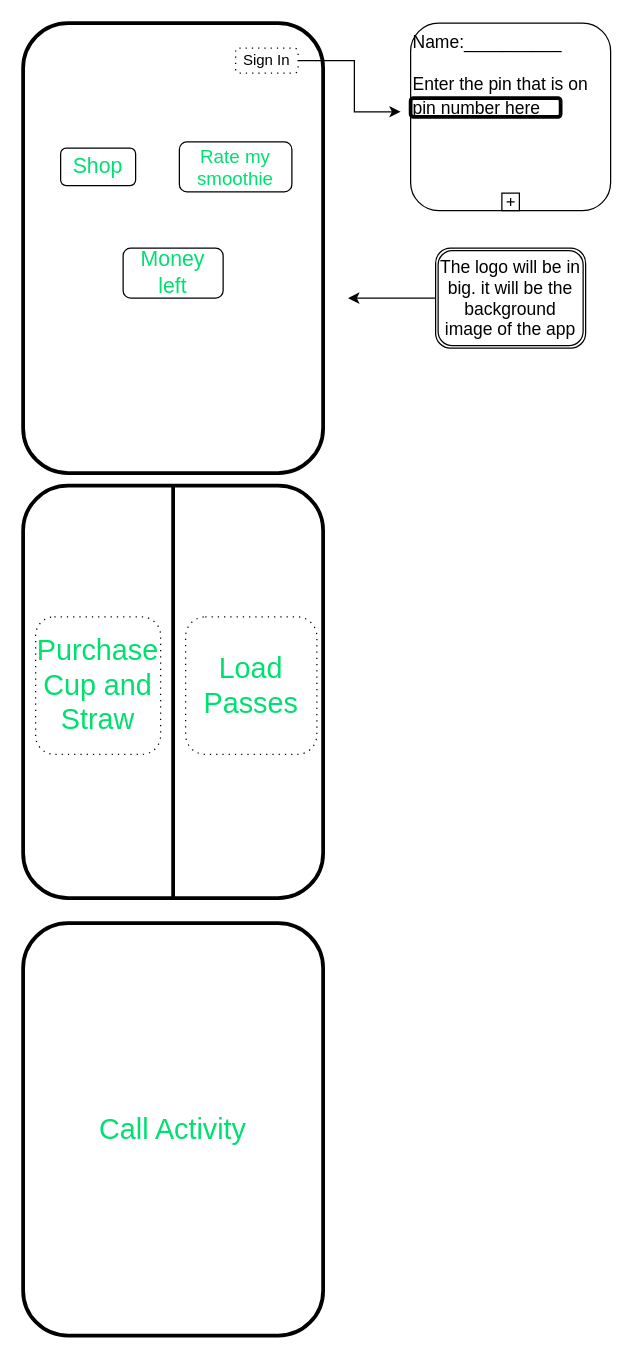
Before: page "Suggestion App Design" (2 of 3) of SimpleSips.drawio in mukmalone/SimpleSips, a draw.io diagram. Source tidied: cells renumbered, new cells numbered last; positions are measured from the earlier drawing's top-left corner, leaving out a move shared by most shapes. Both pictures are drawn from the tidied source at 125%, with x=0, y=0 at pixel (22, 22).
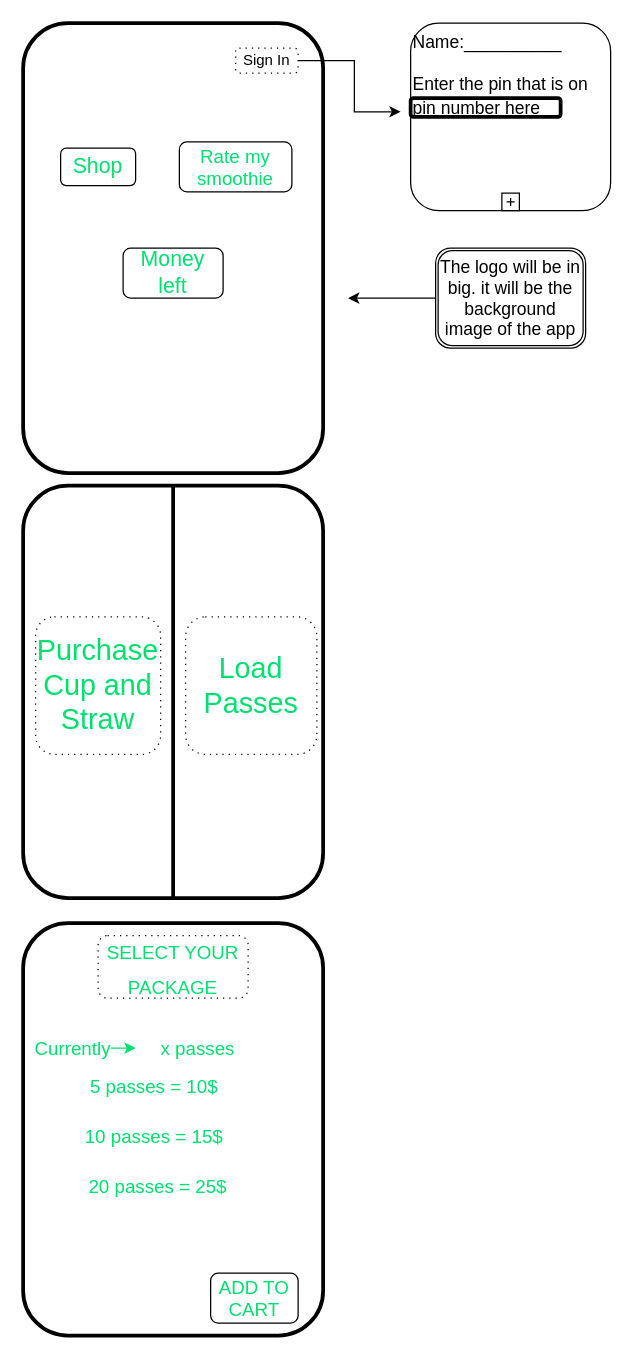
The same page after the edit.

What changed in the source:
```diff
@@
-    <mxCell id="17" value="Call Activity" style="shape=ext;rounded=1;html=1;whiteSpace=wrap;strokeWidth=3;fontSize=23;fontColor=#00E070;align=center;" parent="1" vertex="1">
+    <mxCell id="17" style="shape=ext;rounded=1;html=1;whiteSpace=wrap;strokeWidth=3;fontSize=23;fontColor=#00E070;align=center;" parent="1" vertex="1">
       <mxGeometry y="720" width="240" height="330" as="geometry" />
     </mxCell>
+    <mxCell id="18" value="&lt;span style=&quot;font-size: 15px&quot;&gt;SELECT YOUR PACKAGE&lt;/span&gt;" style="shape=ext;rounded=1;html=1;whiteSpace=wrap;dashed=1;dashPattern=1 4;strokeColor=#000000;fontSize=23;fontColor=#00E070;align=center;" parent="1" vertex="1">
+      <mxGeometry x="60" y="730" width="120" height="50" as="geometry" />
+    </mxCell>
+    <mxCell id="19" style="edgeStyle=orthogonalEdgeStyle;rounded=0;jettySize=auto;html=1;exitX=1;exitY=0.5;exitDx=0;exitDy=0;entryX=0.375;entryY=0.303;entryDx=0;entryDy=0;entryPerimeter=0;strokeWidth=1;fontSize=15;fontColor=#00E070;strokeColor=#00E070;" parent="1" edge="1" source="20" target="17">
+      <mxGeometry relative="1" as="geometry" />
+    </mxCell>
+    <mxCell id="20" value="Currently" style="text;html=1;strokeColor=none;fillColor=none;align=center;verticalAlign=middle;whiteSpace=wrap;rounded=0;fontSize=15;fontColor=#00E070;" parent="1" vertex="1">
+      <mxGeometry x="10" y="810" width="60" height="20" as="geometry" />
+    </mxCell>
+    <mxCell id="21" value="x passes" style="text;html=1;strokeColor=none;fillColor=none;align=center;verticalAlign=middle;whiteSpace=wrap;rounded=0;fontSize=15;fontColor=#00E070;" parent="1" vertex="1">
+      <mxGeometry x="100" y="810" width="80" height="20" as="geometry" />
+    </mxCell>
+    <mxCell id="22" value="5 passes = 10$" style="text;html=1;strokeColor=none;fillColor=none;align=center;verticalAlign=middle;whiteSpace=wrap;rounded=0;fontSize=15;fontColor=#00E070;" parent="1" vertex="1">
+      <mxGeometry y="840" width="210" height="20" as="geometry" />
+    </mxCell>
+    <mxCell id="23" value="10 passes = 15$" style="text;html=1;strokeColor=none;fillColor=none;align=center;verticalAlign=middle;whiteSpace=wrap;rounded=0;fontSize=15;fontColor=#00E070;" parent="1" vertex="1">
+      <mxGeometry x="30" y="880" width="150" height="20" as="geometry" />
+    </mxCell>
+    <mxCell id="24" value="20 passes = 25$" style="text;html=1;strokeColor=none;fillColor=none;align=center;verticalAlign=middle;whiteSpace=wrap;rounded=0;fontSize=15;fontColor=#00E070;" parent="1" vertex="1">
+      <mxGeometry x="32.5" y="920" width="150" height="20" as="geometry" />
+    </mxCell>
+    <mxCell id="25" value="ADD TO CART" style="shape=ext;rounded=1;html=1;whiteSpace=wrap;strokeColor=#000000;fontSize=15;fontColor=#00E070;align=center;" parent="1" vertex="1">
+      <mxGeometry x="150" y="1000" width="70" height="40" as="geometry" />
+    </mxCell>
```
